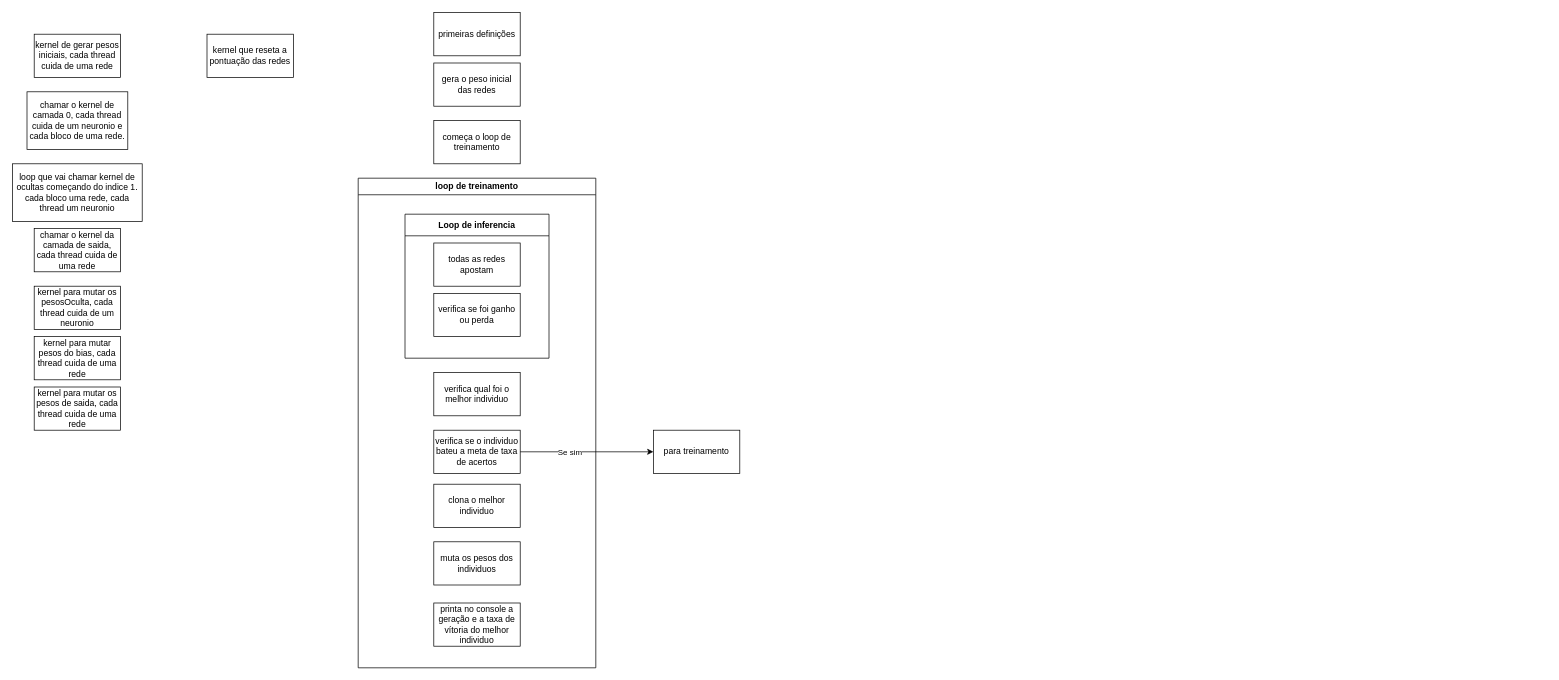
Earlier version of the draw.io diagram arquitetura.drawio (DarkPimbaa/TreinamentoRedeNeural). Source tidied: cells renumbered, new cells numbered last; positions are measured from the earlier drawing's top-left corner, leaving out a move shared by most shapes. Both pictures are drawn from the tidied source at 72%, with x=0, y=0 at pixel (12, 12).
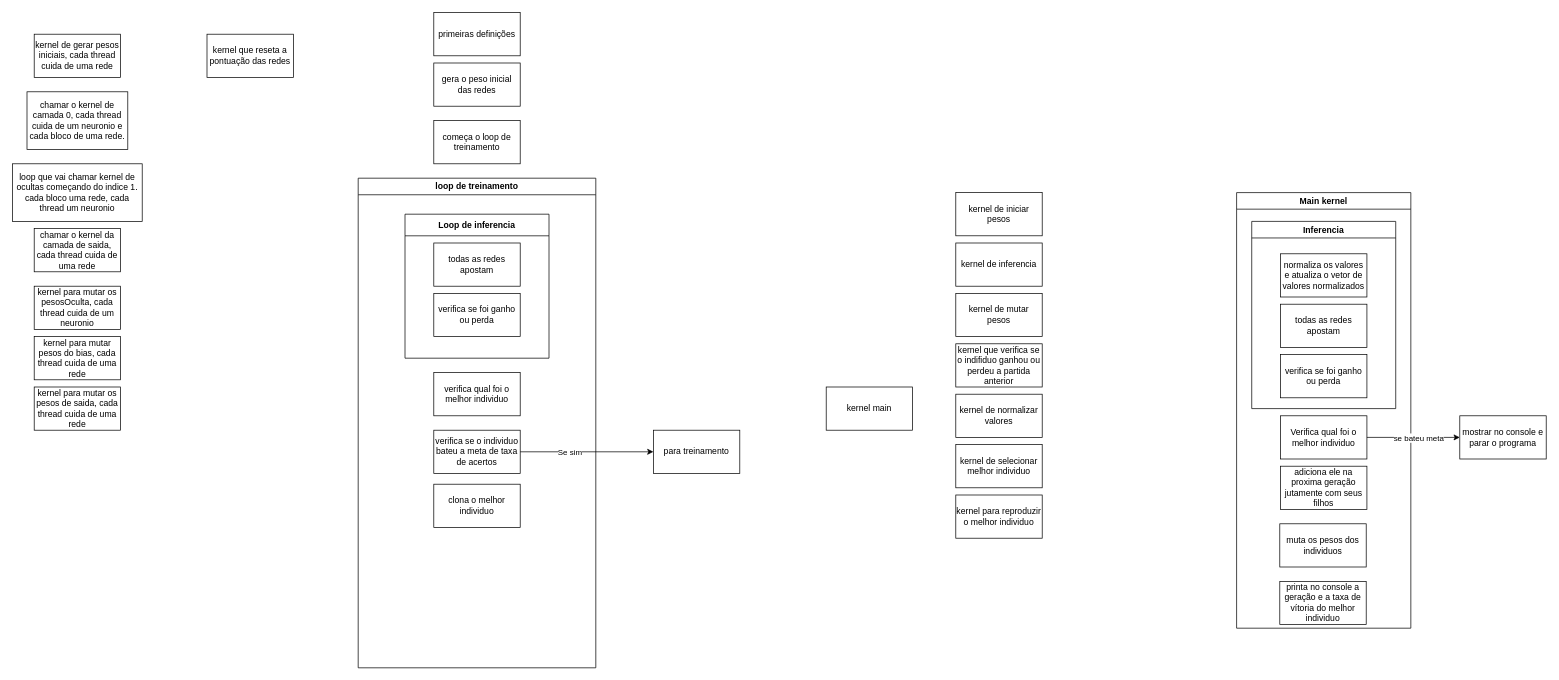
Above is the later version.

Unchanged cells that the change refers to:
```xml
<mxCell id="13" value="loop de treinamento" style="swimlane;whiteSpace=wrap;html=1;" parent="1" vertex="1">
  <mxGeometry x="480" y="230" width="330" height="680" as="geometry" />
</mxCell>
```

What changed in the source:
```diff
@@
-    <mxCell id="19" value="muta os pesos dos individuos" style="whiteSpace=wrap;html=1;" parent="13" vertex="1">
-      <mxGeometry x="105" y="505" width="120" height="60" as="geometry" />
-    </mxCell>
@@
-    <mxCell id="21" value="printa no console a geração e a taxa de vítoria do melhor individuo" style="whiteSpace=wrap;html=1;" parent="13" vertex="1">
-      <mxGeometry x="105" y="590" width="120" height="60" as="geometry" />
-    </mxCell>
@@
+    <mxCell id="25" value="kernel de iniciar pesos" style="whiteSpace=wrap;html=1;" parent="1" vertex="1">
+      <mxGeometry x="1310" y="250" width="120" height="60" as="geometry" />
+    </mxCell>
+    <mxCell id="26" value="kernel de inferencia" style="whiteSpace=wrap;html=1;" parent="1" vertex="1">
+      <mxGeometry x="1310" y="320" width="120" height="60" as="geometry" />
+    </mxCell>
+    <mxCell id="27" value="kernel de mutar pesos" style="whiteSpace=wrap;html=1;" parent="1" vertex="1">
+      <mxGeometry x="1310" y="390" width="120" height="60" as="geometry" />
+    </mxCell>
+    <mxCell id="28" value="kernel main" style="whiteSpace=wrap;html=1;" parent="1" vertex="1">
+      <mxGeometry x="1130" y="520" width="120" height="60" as="geometry" />
+    </mxCell>
+    <mxCell id="29" value="kernel de normalizar valores" style="whiteSpace=wrap;html=1;" parent="1" vertex="1">
+      <mxGeometry x="1310" y="530" width="120" height="60" as="geometry" />
+    </mxCell>
+    <mxCell id="30" value="kernel de selecionar melhor individuo" style="whiteSpace=wrap;html=1;" parent="1" vertex="1">
+      <mxGeometry x="1310" y="600" width="120" height="60" as="geometry" />
+    </mxCell>
+    <mxCell id="31" value="kernel para reproduzir o melhor individuo" style="whiteSpace=wrap;html=1;" parent="1" vertex="1">
+      <mxGeometry x="1310" y="670" width="120" height="60" as="geometry" />
+    </mxCell>
+    <mxCell id="32" value="kernel que verifica se o indifiduo ganhou ou perdeu a partida anterior" style="whiteSpace=wrap;html=1;" parent="1" vertex="1">
+      <mxGeometry x="1310" y="460" width="120" height="60" as="geometry" />
+    </mxCell>
+    <mxCell id="33" value="Main kernel" style="swimlane;whiteSpace=wrap;html=1;" parent="1" vertex="1">
+      <mxGeometry x="1700" y="250" width="242" height="605" as="geometry" />
+    </mxCell>
+    <mxCell id="34" value="Inferencia" style="swimlane;whiteSpace=wrap;html=1;" parent="33" vertex="1">
+      <mxGeometry x="21" y="40" width="200" height="260" as="geometry" />
+    </mxCell>
+    <mxCell id="35" value="verifica se foi ganho ou perda" style="whiteSpace=wrap;html=1;" parent="34" vertex="1">
+      <mxGeometry x="40" y="185" width="120" height="60" as="geometry" />
+    </mxCell>
+    <mxCell id="36" value="todas as redes apostam" style="whiteSpace=wrap;html=1;" parent="34" vertex="1">
+      <mxGeometry x="40" y="115" width="120" height="60" as="geometry" />
+    </mxCell>
+    <mxCell id="37" value="normaliza os valores e atualiza o vetor de valores normalizados" style="whiteSpace=wrap;html=1;" parent="34" vertex="1">
+      <mxGeometry x="40" y="45" width="120" height="60" as="geometry" />
+    </mxCell>
+    <mxCell id="38" value="Verifica qual foi o melhor individuo" style="whiteSpace=wrap;html=1;" parent="33" vertex="1">
+      <mxGeometry x="61" y="310" width="120" height="60" as="geometry" />
+    </mxCell>
+    <mxCell id="39" value="adiciona ele na proxima geração jutamente com seus filhos" style="whiteSpace=wrap;html=1;" parent="33" vertex="1">
+      <mxGeometry x="61" y="380" width="120" height="60" as="geometry" />
+    </mxCell>
+    <mxCell id="19" value="muta os pesos dos individuos" style="whiteSpace=wrap;html=1;" parent="33" vertex="1">
+      <mxGeometry x="60" y="460" width="120" height="60" as="geometry" />
+    </mxCell>
+    <mxCell id="21" value="printa no console a geração e a taxa de vítoria do melhor individuo" style="whiteSpace=wrap;html=1;" parent="33" vertex="1">
+      <mxGeometry x="60" y="540" width="120" height="60" as="geometry" />
+    </mxCell>
+    <mxCell id="40" value="mostrar no console e parar o programa" style="whiteSpace=wrap;html=1;" parent="1" vertex="1">
+      <mxGeometry x="2010" y="560" width="120" height="60" as="geometry" />
+    </mxCell>
+    <mxCell id="41" style="edgeStyle=orthogonalEdgeStyle;rounded=0;jettySize=auto;html=1;exitX=1;exitY=0.5;exitDx=0;exitDy=0;entryX=0;entryY=0.5;entryDx=0;entryDy=0;" parent="1" edge="1" source="38" target="40">
+      <mxGeometry relative="1" as="geometry" />
+    </mxCell>
+    <mxCell id="42" value="se bateu meta" style="edgeLabel;html=1;align=center;verticalAlign=middle;" parent="41" vertex="1">
+      <mxGeometry x="-0.21" y="-3" relative="1" as="geometry">
+        <mxPoint x="20" y="-3" as="offset" />
+      </mxGeometry>
+    </mxCell>
```
